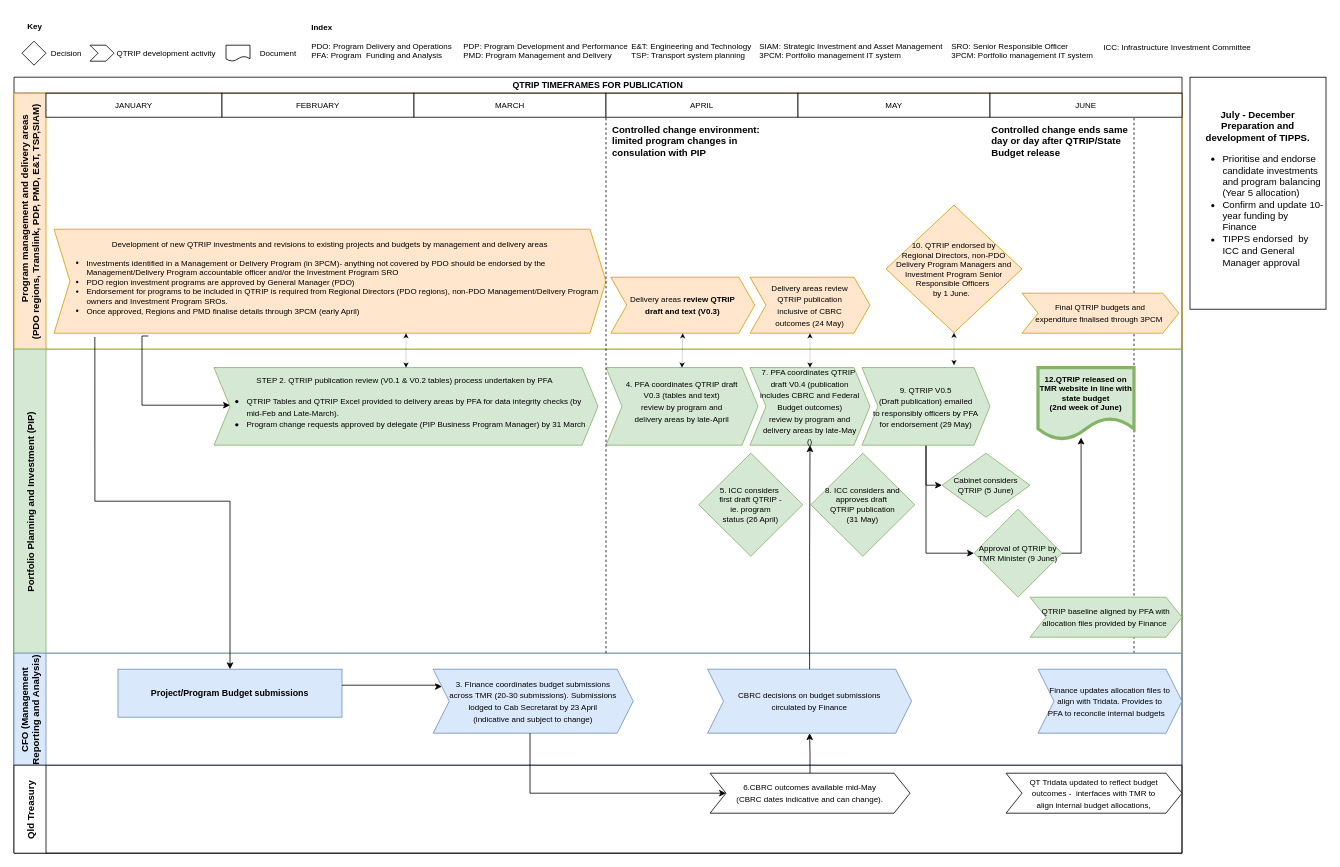
tzforster/great-suppository-name keeps this draw.io diagram as page "QTRIP" (1 of 3) of QTRIP and financial mapping.drawio. Above is the earlier version. Source tidied: cells renumbered, new cells numbered last; positions are measured from the earlier drawing's top-left corner, leaving out a move shared by most shapes. Both pictures are drawn from the tidied source at 80%, with x=0, y=0 at pixel (14, 14).
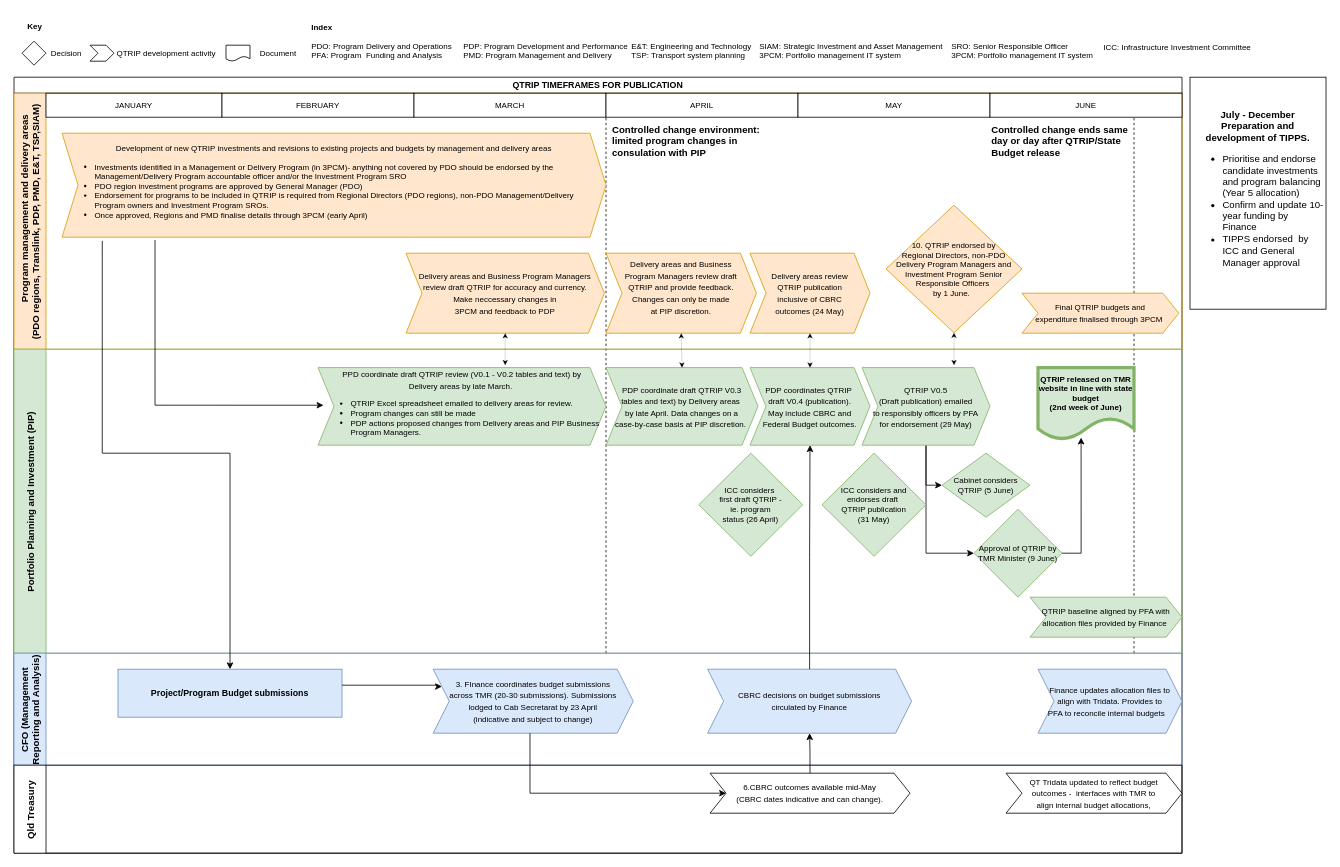
The same diagram, later.

The change refers to these unchanged cells:
```xml
<mxCell id="2" value="QTRIP TIMEFRAMES FOR PUBLICATION" style="swimlane;horizontal=1;startSize=20;fontSize=11;" parent="1" vertex="1">
  <mxGeometry y="79" width="1460" height="970" as="geometry" />
</mxCell>
<mxCell id="4" value="            Program management and delivery areas  &#10;(PDO regions, Translink, PDP, PMD, E&amp;T, TSP,SIAM)" style="swimlane;startSize=40;horizontal=0;fillColor=#ffe6cc;strokeColor=#d79b00;" parent="2" vertex="1">
  <mxGeometry y="20" width="1460" height="320" as="geometry" />
</mxCell>
<mxCell id="9" value="APRIL" style="rounded=0;whiteSpace=wrap;html=1;fontSize=10;" parent="4" vertex="1">
  <mxGeometry x="740" width="240" height="30" as="geometry" />
</mxCell>
<mxCell id="19" value="Portfolio Planning and Investment (PIP)" style="swimlane;startSize=40;horizontal=0;fillColor=#d5e8d4;strokeColor=#82b366;" parent="2" vertex="1">
  <mxGeometry y="340" width="1460" height="380" as="geometry" />
</mxCell>
```

Change to the diagram source:
```diff
@@
+    <mxCell id="49" style="endArrow=none;dashed=1;html=1;rounded=0;strokeWidth=1;fontSize=10;endSize=6;entryX=0;entryY=1;entryDx=0;entryDy=0;" parent="2" edge="1" target="9">
+      <mxGeometry relative="1" as="geometry">
+        <mxPoint x="740" y="720" as="sourcePoint" />
+      </mxGeometry>
+    </mxCell>
@@
-    <mxCell id="13" value="&lt;span style=&quot;font-size: 10px;&quot;&gt;Delivery areas&lt;b&gt;&amp;nbsp;review QTRIP&lt;br&gt;draft and text (V0.3)&lt;/b&gt;&lt;/span&gt;" style="shape=step;perimeter=stepPerimeter;whiteSpace=wrap;html=1;fixedSize=1;fillColor=#ffe6cc;strokeColor=#d79b00;" parent="4" vertex="1">
-      <mxGeometry x="746" y="230" width="180" height="70" as="geometry" />
+    <mxCell id="13" value="&lt;span style=&quot;font-size: 10px;&quot;&gt;Delivery areas&amp;nbsp;and Business Program Managers&lt;br&gt;review draft QTRIP for accuracy and currency.&lt;br&gt;Make neccessary changes in&lt;br&gt;3PCM and feedback to PDP&lt;br&gt;&lt;/span&gt;" style="shape=step;perimeter=stepPerimeter;whiteSpace=wrap;html=1;fixedSize=1;fillColor=#ffe6cc;strokeColor=#d79b00;align=center;" parent="4" vertex="1">
+      <mxGeometry x="490" y="200" width="248" height="100" as="geometry" />
     </mxCell>
     <mxCell id="14" value="&lt;span style=&quot;font-size: 10px;&quot;&gt;Delivery areas review&lt;br&gt;QTRIP publication&lt;br&gt;inclusive of CBRC&lt;br&gt;outcomes (24 May)&lt;/span&gt;" style="shape=step;perimeter=stepPerimeter;whiteSpace=wrap;html=1;fixedSize=1;fillColor=#ffe6cc;strokeColor=#d79b00;" parent="4" vertex="1">
-      <mxGeometry x="920" y="230" width="150" height="70" as="geometry" />
+      <mxGeometry x="920" y="200" width="150" height="100" as="geometry" />
     </mxCell>
@@
     <mxCell id="17" value="&lt;span style=&quot;font-size: 10px; text-align: left; background-color: initial;&quot;&gt;Development of new QTRIP investments and revisions to existing projects and budgets by management and delivery areas&lt;/span&gt;&lt;span style=&quot;font-size: 10px;&quot;&gt;&lt;br&gt;&lt;/span&gt;&lt;div style=&quot;text-align: left; font-size: 10px;&quot;&gt;&lt;ul style=&quot;&quot;&gt;&lt;li&gt;&lt;span style=&quot;font-size: 10px;&quot;&gt;Investments identified in a Management or Delivery Program (in 3PCM)- anything not covered by PDO should be endorsed by the Management/Delivery Program accountable officer and/or the Investment Program SRO&lt;br&gt;&lt;/span&gt;&lt;/li&gt;&lt;li&gt;&lt;span style=&quot;font-size: 10px;&quot;&gt;PDO region investment programs are approved by General Manager (PDO)&lt;/span&gt;&lt;/li&gt;&lt;li&gt;&lt;span style=&quot;font-size: 10px;&quot;&gt;Endorsement for programs to be included in QTRIP is required from Regional Directors (PDO regions), non-PDO Management/Delivery Program owners and Investment Program SROs.&amp;nbsp;&lt;/span&gt;&lt;/li&gt;&lt;li&gt;&lt;span style=&quot;font-size: 10px;&quot;&gt;Once approved, Regions and PMD finalise details through 3PCM (early April)&lt;/span&gt;&lt;/li&gt;&lt;/ul&gt;&lt;/div&gt;" style="shape=step;perimeter=stepPerimeter;whiteSpace=wrap;html=1;fixedSize=1;fillColor=#ffe6cc;strokeColor=#d79b00;" parent="4" vertex="1">
-      <mxGeometry x="50" y="170" width="690" height="130" as="geometry" />
+      <mxGeometry x="60" y="50" width="680" height="130" as="geometry" />
     </mxCell>
+    <mxCell id="67" value="&lt;span style=&quot;font-size: 10px;&quot;&gt;Delivery areas&amp;nbsp;and Business&lt;br&gt;Program Managers review draft&lt;br&gt;QTRIP and provide feedback.&lt;br&gt;Changes can only be made&lt;br&gt;at PIP discretion.&lt;br&gt;&lt;br&gt;&lt;/span&gt;" style="shape=step;perimeter=stepPerimeter;whiteSpace=wrap;html=1;fixedSize=1;fillColor=#ffe6cc;strokeColor=#d79b00;align=center;" parent="4" vertex="1">
+      <mxGeometry x="740" y="200" width="188" height="100" as="geometry" />
+    </mxCell>
@@
-    <mxCell id="21" value="12.QTRIP released on TMR website in line with state budget&lt;br&gt;(2nd week of June)" style="shape=document;whiteSpace=wrap;html=1;boundedLbl=1;fontSize=10;fillColor=#d5e8d4;strokeColor=#82b366;fontStyle=1;strokeWidth=4;" parent="19" vertex="1">
+    <mxCell id="21" value="QTRIP released on TMR website in line with state budget&lt;br&gt;(2nd week of June)" style="shape=document;whiteSpace=wrap;html=1;boundedLbl=1;fontSize=10;fillColor=#d5e8d4;strokeColor=#82b366;fontStyle=1;strokeWidth=4;" parent="19" vertex="1">
       <mxGeometry x="1280" y="23" width="120" height="90" as="geometry" />
     </mxCell>
-    <mxCell id="22" value="&lt;span style=&quot;font-size: 10px;&quot;&gt;7. PFA coordinates QTRIP&amp;nbsp;&lt;br&gt;&lt;/span&gt;&lt;span style=&quot;font-size: 10px;&quot;&gt;draft V0.4 (publication&lt;br&gt;&lt;/span&gt;&lt;span style=&quot;font-size: 10px;&quot;&gt;includes CBRC and Federal&lt;/span&gt;&lt;br style=&quot;border-color: var(--border-color); font-size: 10px;&quot;&gt;&lt;span style=&quot;font-size: 10px;&quot;&gt;Budget outcomes&lt;/span&gt;&lt;span style=&quot;font-size: 10px;&quot;&gt;)&lt;/span&gt;&lt;span style=&quot;font-size: 10px;&quot;&gt;&lt;br&gt;review by&amp;nbsp;&lt;/span&gt;&lt;span style=&quot;font-size: 10px;&quot;&gt;program and&lt;/span&gt;&lt;br style=&quot;border-color: var(--border-color); font-size: 10px;&quot;&gt;&lt;span style=&quot;font-size: 10px;&quot;&gt;delivery areas by&lt;/span&gt;&lt;span style=&quot;font-size: 10px;&quot;&gt;&amp;nbsp;late-May&lt;br&gt;()&lt;br&gt;&lt;/span&gt;" style="shape=step;perimeter=stepPerimeter;whiteSpace=wrap;html=1;fixedSize=1;fillColor=#d5e8d4;strokeColor=#82b366;" parent="19" vertex="1">
+    <mxCell id="22" value="&lt;span style=&quot;font-size: 10px;&quot;&gt;PDP coordinates QTRIP&amp;nbsp;&lt;br&gt;&lt;/span&gt;&lt;span style=&quot;font-size: 10px;&quot;&gt;draft V0.4 (publication).&lt;br&gt;&lt;/span&gt;&lt;span style=&quot;font-size: 10px;&quot;&gt;May include CBRC and Federal&amp;nbsp;&lt;/span&gt;&lt;span style=&quot;font-size: 10px;&quot;&gt;Budget outcomes.&lt;/span&gt;&lt;span style=&quot;font-size: 10px;&quot;&gt;&lt;br&gt;&lt;/span&gt;" style="shape=step;perimeter=stepPerimeter;whiteSpace=wrap;html=1;fixedSize=1;fillColor=#d5e8d4;strokeColor=#82b366;" parent="19" vertex="1">
       <mxGeometry x="920" y="23" width="150" height="97" as="geometry" />
     </mxCell>
@@
-    <mxCell id="25" value="&lt;span style=&quot;font-size: 10px;&quot;&gt;9.&amp;nbsp;&lt;/span&gt;&lt;span style=&quot;font-size: 10px;&quot;&gt;QTRIP V0.5&lt;br&gt;(Draft publication) emailed&lt;br&gt;to responsibly officers&amp;nbsp;by PFA&lt;br&gt;for endorsement (29 May)&lt;br&gt;&lt;/span&gt;" style="shape=step;perimeter=stepPerimeter;whiteSpace=wrap;html=1;fixedSize=1;fillColor=#d5e8d4;strokeColor=#82b366;" parent="19" vertex="1">
+    <mxCell id="25" value="&lt;span style=&quot;font-size: 10px;&quot;&gt;QTRIP V0.5&lt;br&gt;(Draft publication) emailed&lt;br&gt;to responsibly officers&amp;nbsp;by PFA&lt;br&gt;for endorsement (29 May)&lt;br&gt;&lt;/span&gt;" style="shape=step;perimeter=stepPerimeter;whiteSpace=wrap;html=1;fixedSize=1;fillColor=#d5e8d4;strokeColor=#82b366;" parent="19" vertex="1">
       <mxGeometry x="1060" y="23" width="160" height="97" as="geometry" />
     </mxCell>
-    <mxCell id="26" value="8. ICC considers and approves draft&amp;nbsp;&lt;br&gt;QTRIP publication&lt;br&gt;(31 May)" style="rhombus;whiteSpace=wrap;html=1;fontSize=10;fillColor=#d5e8d4;strokeColor=#82b366;" parent="19" vertex="1">
-      <mxGeometry x="996" y="130" width="130" height="128.9" as="geometry" />
+    <mxCell id="26" value="ICC considers and&lt;br&gt;endorses draft&amp;nbsp;&lt;br&gt;QTRIP publication&lt;br&gt;(31 May)" style="rhombus;whiteSpace=wrap;html=1;fontSize=10;fillColor=#d5e8d4;strokeColor=#82b366;" parent="19" vertex="1">
+      <mxGeometry x="1010" y="130" width="130" height="128.9" as="geometry" />
     </mxCell>
-    <mxCell id="27" value="&lt;span style=&quot;font-size: 10px;&quot;&gt;4. PFA coordinates QTRIP draft &lt;br&gt;&lt;/span&gt;&lt;span style=&quot;font-size: 10px;&quot;&gt;V0.3 (tables and text)&lt;br&gt;&lt;/span&gt;&lt;span style=&quot;font-size: 10px;&quot;&gt;review by program and&lt;br&gt;delivery areas by late-April&lt;br&gt;&lt;br&gt;&lt;/span&gt;" style="shape=step;perimeter=stepPerimeter;whiteSpace=wrap;html=1;fixedSize=1;fillColor=#d5e8d4;strokeColor=#82b366;" parent="19" vertex="1">
-      <mxGeometry x="740" y="23" width="190" height="97" as="geometry" />
-    </mxCell>
-    <mxCell id="28" value="5. ICC considers&amp;nbsp;&lt;br&gt;first draft QTRIP -&lt;br&gt;ie. program&lt;br&gt;status (26 April)" style="rhombus;whiteSpace=wrap;html=1;fontSize=10;fillColor=#d5e8d4;strokeColor=#82b366;" parent="19" vertex="1">
+    <mxCell id="28" value="ICC considers&amp;nbsp;&lt;br&gt;first draft QTRIP -&lt;br&gt;ie. program&lt;br&gt;status (26 April)" style="rhombus;whiteSpace=wrap;html=1;fontSize=10;fillColor=#d5e8d4;strokeColor=#82b366;" parent="19" vertex="1">
       <mxGeometry x="856" y="130" width="130" height="128.9" as="geometry" />
     </mxCell>
-    <mxCell id="29" value="&lt;span style=&quot;font-size: 10px;&quot;&gt;STEP 2. QTRIP publication review (V0.1 &amp;amp; V0.2 tables) process undertaken by PFA&amp;nbsp;&lt;/span&gt;&lt;br&gt;&lt;div style=&quot;text-align: left;&quot;&gt;&lt;ul&gt;&lt;li&gt;&lt;span style=&quot;font-size: 10px;&quot;&gt;QTRIP Tables and QTRIP Excel provided to delivery areas by PFA for data integrity checks (by mid-Feb and Late-March).&lt;/span&gt;&lt;/li&gt;&lt;li&gt;&lt;span style=&quot;font-size: 10px;&quot;&gt;Program&amp;nbsp;change requests approved by delegate (PIP Business Program Manager) by 31 March&amp;nbsp;&lt;/span&gt;&lt;/li&gt;&lt;/ul&gt;&lt;/div&gt;" style="shape=step;perimeter=stepPerimeter;whiteSpace=wrap;html=1;fixedSize=1;fillColor=#d5e8d4;strokeColor=#82b366;" parent="19" vertex="1">
-      <mxGeometry x="250" y="23" width="480" height="97" as="geometry" />
+    <mxCell id="29" value="&lt;font style=&quot;font-size: 10px;&quot;&gt;PPD coordinate draft QTRIP review (V0.1 - V0.2 tables and text) by&lt;br&gt;Delivery areas by late March.&amp;nbsp;&lt;br&gt;&lt;/font&gt;&lt;div style=&quot;text-align: left; font-size: 10px;&quot;&gt;&lt;ul style=&quot;&quot;&gt;&lt;li style=&quot;&quot;&gt;&lt;font style=&quot;font-size: 10px;&quot;&gt;QTRIP Excel spreadsheet emailed to delivery areas for review.&lt;/font&gt;&lt;/li&gt;&lt;li style=&quot;&quot;&gt;&lt;font style=&quot;font-size: 10px;&quot;&gt;Program changes can still be made&amp;nbsp;&lt;/font&gt;&lt;/li&gt;&lt;li style=&quot;&quot;&gt;&lt;font style=&quot;font-size: 10px;&quot;&gt;&lt;font style=&quot;font-size: 10px;&quot;&gt;PDP actions proposed changes from Delivery areas and PIP Business Program Managers.&amp;nbsp;&lt;/font&gt;&lt;/font&gt;&lt;/li&gt;&lt;/ul&gt;&lt;/div&gt;" style="shape=step;perimeter=stepPerimeter;whiteSpace=wrap;html=1;fixedSize=1;fillColor=#d5e8d4;strokeColor=#82b366;" parent="19" vertex="1">
+      <mxGeometry x="380" y="23" width="360" height="97" as="geometry" />
     </mxCell>
@@
+    <mxCell id="68" value="&lt;font style=&quot;font-size: 10px;&quot;&gt;PDP coordinate draft QTRIP V0.3&lt;br&gt;tables and text) by Delivery areas&amp;nbsp;&lt;br&gt;by late April.&amp;nbsp;Data changes on a&lt;br&gt;case-by-case basis at PIP discretion.&amp;nbsp;&lt;br&gt;&lt;/font&gt;" style="shape=step;perimeter=stepPerimeter;whiteSpace=wrap;html=1;fixedSize=1;fillColor=#d5e8d4;strokeColor=#82b366;" parent="19" vertex="1">
+      <mxGeometry x="740" y="23" width="190" height="97" as="geometry" />
+    </mxCell>
@@
-    <mxCell id="43" style="endArrow=classic;startArrow=classic;html=1;rounded=0;strokeWidth=0.2;fontSize=10;endSize=6;entryX=0.5;entryY=1;entryDx=0;entryDy=0;exitX=0.5;exitY=0;exitDx=0;exitDy=0;" parent="2" edge="1" source="29">
-      <mxGeometry relative="1" as="geometry">
-        <mxPoint x="490" y="320" as="targetPoint" />
-      </mxGeometry>
-    </mxCell>
-    <mxCell id="44" style="endArrow=classic;startArrow=classic;html=1;rounded=0;strokeWidth=0.2;fontSize=10;endSize=6;entryX=0.5;entryY=1;entryDx=0;entryDy=0;exitX=0.5;exitY=0;exitDx=0;exitDy=0;" parent="2" edge="1" source="27" target="13">
-      <mxGeometry relative="1" as="geometry" />
+    <mxCell id="44" style="endArrow=classic;startArrow=classic;html=1;rounded=0;strokeWidth=0.2;fontSize=10;endSize=6;entryX=0.5;entryY=1;entryDx=0;entryDy=0;" parent="2" edge="1" target="13">
+      <mxGeometry relative="1" as="geometry">
+        <mxPoint x="614" y="360" as="sourcePoint" />
+      </mxGeometry>
     </mxCell>
@@
-    <mxCell id="48" style="edgeStyle=orthogonalEdgeStyle;rounded=0;jettySize=auto;html=1;fontFamily=Helvetica;fontSize=10;fontColor=#000000;exitX=0.171;exitY=1.027;exitDx=0;exitDy=0;exitPerimeter=0;" parent="2" edge="1" source="17">
+    <mxCell id="48" style="edgeStyle=orthogonalEdgeStyle;rounded=0;jettySize=auto;html=1;fontFamily=Helvetica;fontSize=10;fontColor=#000000;exitX=0.171;exitY=1.027;exitDx=0;exitDy=0;exitPerimeter=0;entryX=0.019;entryY=0.485;entryDx=0;entryDy=0;entryPerimeter=0;" parent="2" edge="1" source="17" target="29">
       <mxGeometry relative="1" as="geometry">
-        <mxPoint x="270" y="410" as="targetPoint" />
         <Array as="points">
-          <mxPoint x="160" y="410" />
+          <mxPoint x="176" y="410" />
         </Array>
       </mxGeometry>
     </mxCell>
-    <mxCell id="49" style="endArrow=none;dashed=1;html=1;rounded=0;strokeWidth=1;fontSize=10;endSize=6;entryX=0;entryY=1;entryDx=0;entryDy=0;" parent="2" edge="1" target="9">
-      <mxGeometry relative="1" as="geometry">
-        <mxPoint x="740" y="720" as="sourcePoint" />
-      </mxGeometry>
-    </mxCell>
@@
+    <mxCell id="69" style="endArrow=classic;startArrow=classic;html=1;rounded=0;strokeWidth=0.2;fontSize=10;endSize=6;exitX=0.5;exitY=0;exitDx=0;exitDy=0;entryX=0.5;entryY=1;entryDx=0;entryDy=0;" parent="2" edge="1" source="68" target="67">
+      <mxGeometry relative="1" as="geometry" />
+    </mxCell>
```
